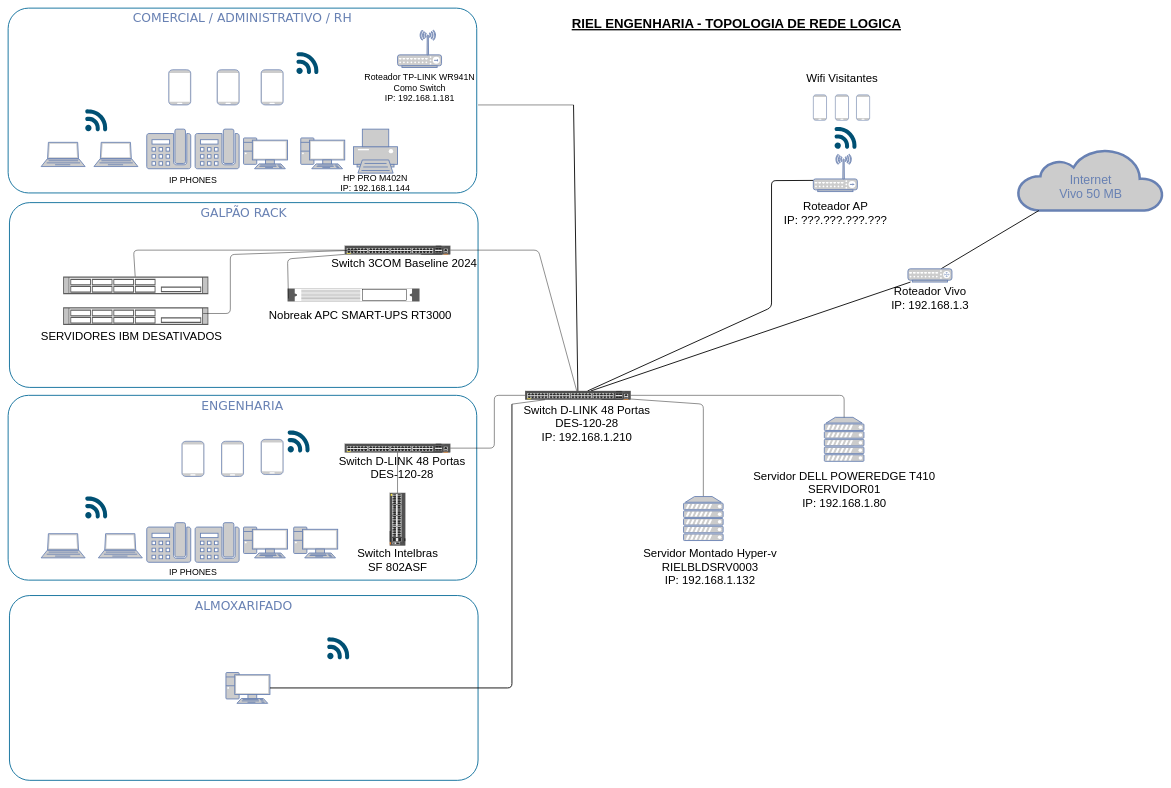
The draw.io diagram Untitled Diagram.drawio in brunoalmeida33/endian_toolbox, before the edit. Source tidied: cells renumbered, new cells numbered last; positions are measured from the earlier drawing's top-left corner, leaving out a move shared by most shapes. Both pictures are drawn from the tidied source at 44%, with x=0, y=0 at pixel (8, 8).
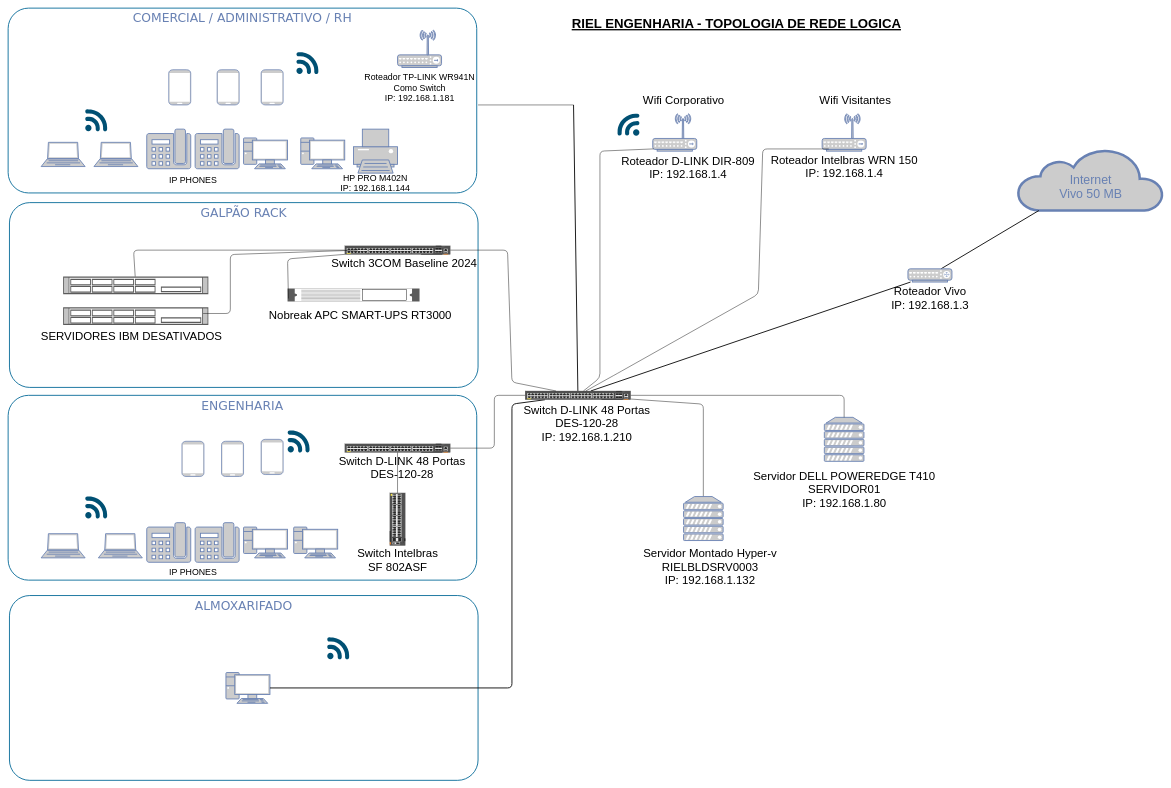
Above is the later version.

Unchanged cells that the change refers to:
```xml
<mxCell id="18" style="fontColor=#0066CC;verticalAlign=top;verticalLabelPosition=bottom;labelPosition=center;align=center;html=1;fillColor=#CCCCCC;strokeColor=#6881B3;gradientColor=none;gradientDirection=north;strokeWidth=2;shape=mxgraph.networks.pc;rounded=0;shadow=0;comic=0;" parent="1" vertex="1">
  <mxGeometry x="495" y="1510" width="100" height="70" as="geometry" />
</mxCell>
<mxCell id="28" style="html=1;verticalLabelPosition=bottom;verticalAlign=top;outlineConnect=0;shadow=0;dashed=0;shape=mxgraph.rack.hpe_aruba.switches.jl665a_aruba_6300f_48_port_1gbe_class_4_poe_and_4_port_sfp56_switch;" parent="1" vertex="1">
  <mxGeometry x="1175" y="870" width="240" height="20" as="geometry" />
</mxCell>
<mxCell id="43" style="html=1;verticalLabelPosition=bottom;verticalAlign=top;outlineConnect=0;shadow=0;dashed=0;shape=mxgraph.rack.hpe_aruba.switches.jl665a_aruba_6300f_48_port_1gbe_class_4_poe_and_4_port_sfp56_switch;" parent="1" vertex="1">
  <mxGeometry x="765" y="540" width="240" height="20" as="geometry" />
</mxCell>
```

The edit, as a diff of the source:
```diff
@@
-    <mxCell id="17" style="edgeStyle=none;html=1;labelBackgroundColor=none;endArrow=none;endFill=0;strokeWidth=2;fontFamily=Verdana;fontSize=28;fontColor=#6881B3;exitX=0;exitY=0.7;exitDx=0;exitDy=0;exitPerimeter=0;" parent="1" edge="1" source="21" target="28">
-      <mxGeometry relative="1" as="geometry">
-        <Array as="points">
-          <mxPoint x="1735" y="392" />
-          <mxPoint x="1735" y="680" />
-        </Array>
-      </mxGeometry>
-    </mxCell>
@@
-    <mxCell id="19" style="edgeStyle=none;html=1;labelBackgroundColor=none;endArrow=none;endFill=0;strokeWidth=2;fontFamily=Verdana;fontSize=15;fontColor=#036897;" parent="1" edge="1" source="18">
+    <mxCell id="19" style="edgeStyle=none;html=1;labelBackgroundColor=none;endArrow=none;endFill=0;strokeWidth=2;fontFamily=Verdana;fontSize=15;fontColor=#036897;" parent="1" edge="1" source="18" target="28">
       <mxGeometry relative="1" as="geometry">
-        <mxPoint x="1145" y="900" as="targetPoint" />
         <Array as="points">
           <mxPoint x="1145" y="1545" />
+          <mxPoint x="1145" y="900" />
         </Array>
       </mxGeometry>
     </mxCell>
@@
     <mxCell id="21" style="fontColor=#0066CC;verticalAlign=top;verticalLabelPosition=bottom;labelPosition=center;align=center;html=1;outlineConnect=0;fillColor=#CCCCCC;strokeColor=#6881B3;gradientColor=none;gradientDirection=north;strokeWidth=2;shape=mxgraph.networks.wireless_hub;" parent="1" vertex="1">
-      <mxGeometry x="1830" y="332" width="100" height="85" as="geometry" />
+      <mxGeometry x="1465" y="240" width="100" height="85" as="geometry" />
     </mxCell>
-    <mxCell id="22" style="fontColor=#0066CC;verticalAlign=top;verticalLabelPosition=bottom;labelPosition=center;align=center;html=1;fillColor=#CCCCCC;strokeColor=#6881B3;gradientColor=none;gradientDirection=north;strokeWidth=2;shape=mxgraph.networks.mobile;" parent="1" vertex="1">
-      <mxGeometry x="1830" y="197" width="30" height="58" as="geometry" />
-    </mxCell>
-    <mxCell id="23" style="fontColor=#0066CC;verticalAlign=top;verticalLabelPosition=bottom;labelPosition=center;align=center;html=1;fillColor=#CCCCCC;strokeColor=#6881B3;gradientColor=none;gradientDirection=north;strokeWidth=2;shape=mxgraph.networks.mobile;" parent="1" vertex="1">
-      <mxGeometry x="1880" y="197" width="30" height="58" as="geometry" />
-    </mxCell>
-    <mxCell id="24" style="fontColor=#0066CC;verticalAlign=top;verticalLabelPosition=bottom;labelPosition=center;align=center;html=1;fillColor=#CCCCCC;strokeColor=#6881B3;gradientColor=none;gradientDirection=north;strokeWidth=2;shape=mxgraph.networks.mobile;" parent="1" vertex="1">
-      <mxGeometry x="1928" y="197" width="30" height="58" as="geometry" />
-    </mxCell>
-    <mxCell id="25" value="&lt;font style=&quot;font-size: 26px&quot;&gt;&lt;br&gt;Roteador AP&lt;br&gt;IP: ???.???.???.???&lt;br&gt;&lt;/font&gt;" style="text;html=1;align=center;verticalAlign=middle;fillColor=none;strokeColor=none;rounded=0;" parent="1" vertex="1">
-      <mxGeometry x="1755" y="420" width="250" height="60" as="geometry" />
+    <mxCell id="25" value="&lt;font style=&quot;font-size: 26px&quot;&gt;&lt;br&gt;Roteador D-LINK DIR-809&lt;br&gt;IP: 192.168.1.4&lt;br&gt;&lt;/font&gt;" style="text;html=1;align=center;verticalAlign=middle;fillColor=none;strokeColor=none;rounded=0;" parent="1" vertex="1">
+      <mxGeometry x="1385" y="317" width="320" height="60" as="geometry" />
     </mxCell>
-    <mxCell id="26" value="&lt;font style=&quot;font-size: 26px&quot;&gt;Wifi Visitantes&lt;br&gt;&lt;/font&gt;" style="text;html=1;align=center;verticalAlign=middle;fillColor=none;strokeColor=none;rounded=0;" parent="1" vertex="1">
-      <mxGeometry x="1805" y="150" width="180" height="20" as="geometry" />
+    <mxCell id="26" value="&lt;font style=&quot;font-size: 26px&quot;&gt;Wifi Corporativo&lt;br&gt;&lt;/font&gt;" style="text;html=1;align=center;verticalAlign=middle;fillColor=none;strokeColor=none;rounded=0;" parent="1" vertex="1">
+      <mxGeometry x="1435" y="200" width="200" height="20" as="geometry" />
     </mxCell>
-    <mxCell id="27" style="verticalLabelPosition=bottom;html=1;verticalAlign=top;align=center;shape=mxgraph.cisco19.3g_4g_indicator;fillColor=#005073;strokeColor=none;" parent="1" vertex="1">
-      <mxGeometry x="1878" y="270" width="50" height="50" as="geometry" />
+    <mxCell id="27" style="verticalLabelPosition=bottom;html=1;verticalAlign=top;align=center;shape=mxgraph.cisco19.3g_4g_indicator;fillColor=#005073;strokeColor=none;rotation=-90;" parent="1" vertex="1">
+      <mxGeometry x="1385" y="240" width="50" height="50" as="geometry" />
     </mxCell>
@@
     <mxCell id="45" style="endArrow=none;html=1;" parent="1" edge="1" source="28" target="43">
       <mxGeometry relative="1" as="geometry">
         <Array as="points">
-          <mxPoint x="1205" y="550" />
+          <mxPoint x="1145" y="850" />
+          <mxPoint x="1135" y="550" />
         </Array>
       </mxGeometry>
     </mxCell>
@@
-    <mxCell id="68" style="endArrow=none;html=1;" parent="1" edge="1" target="28">
-      <mxGeometry relative="1" as="geometry">
-        <mxPoint x="1145" y="900" as="sourcePoint" />
-      </mxGeometry>
-    </mxCell>
@@
+    <mxCell id="79" style="endArrow=none;html=1;entryX=0.02;entryY=0.94;entryDx=0;entryDy=0;entryPerimeter=0;" parent="1" edge="1" source="28" target="21">
+      <mxGeometry relative="1" as="geometry">
+        <Array as="points">
+          <mxPoint x="1345" y="840" />
+          <mxPoint x="1345" y="325" />
+        </Array>
+      </mxGeometry>
+    </mxCell>
+    <mxCell id="80" style="fontColor=#0066CC;verticalAlign=top;verticalLabelPosition=bottom;labelPosition=center;align=center;html=1;fillColor=#CCCCCC;strokeColor=#6881B3;gradientColor=none;gradientDirection=north;strokeWidth=2;shape=mxgraph.networks.wireless_hub;" parent="1" vertex="1">
+      <mxGeometry x="1850" y="240" width="100" height="85" as="geometry" />
+    </mxCell>
+    <mxCell id="81" value="&lt;font style=&quot;font-size: 26px&quot;&gt;&lt;br&gt;Roteador Intelbras WRN 150&lt;br&gt;IP: 192.168.1.4&lt;br&gt;&lt;/font&gt;" style="text;html=1;align=center;verticalAlign=middle;fillColor=none;strokeColor=none;rounded=0;" parent="1" vertex="1">
+      <mxGeometry x="1725" y="315" width="350" height="60" as="geometry" />
+    </mxCell>
+    <mxCell id="82" value="&lt;font style=&quot;font-size: 26px&quot;&gt;Wifi Visitantes&lt;br&gt;&lt;/font&gt;" style="text;html=1;align=center;verticalAlign=middle;fillColor=none;strokeColor=none;rounded=0;" parent="1" vertex="1">
+      <mxGeometry x="1835" y="200" width="180" height="20" as="geometry" />
+    </mxCell>
+    <mxCell id="83" style="endArrow=none;html=1;" parent="1" edge="1" source="28">
+      <mxGeometry relative="1" as="geometry">
+        <mxPoint x="1865" y="320" as="targetPoint" />
+        <Array as="points">
+          <mxPoint x="1385" y="830" />
+          <mxPoint x="1705" y="650" />
+          <mxPoint x="1715" y="320" />
+        </Array>
+      </mxGeometry>
+    </mxCell>
```
